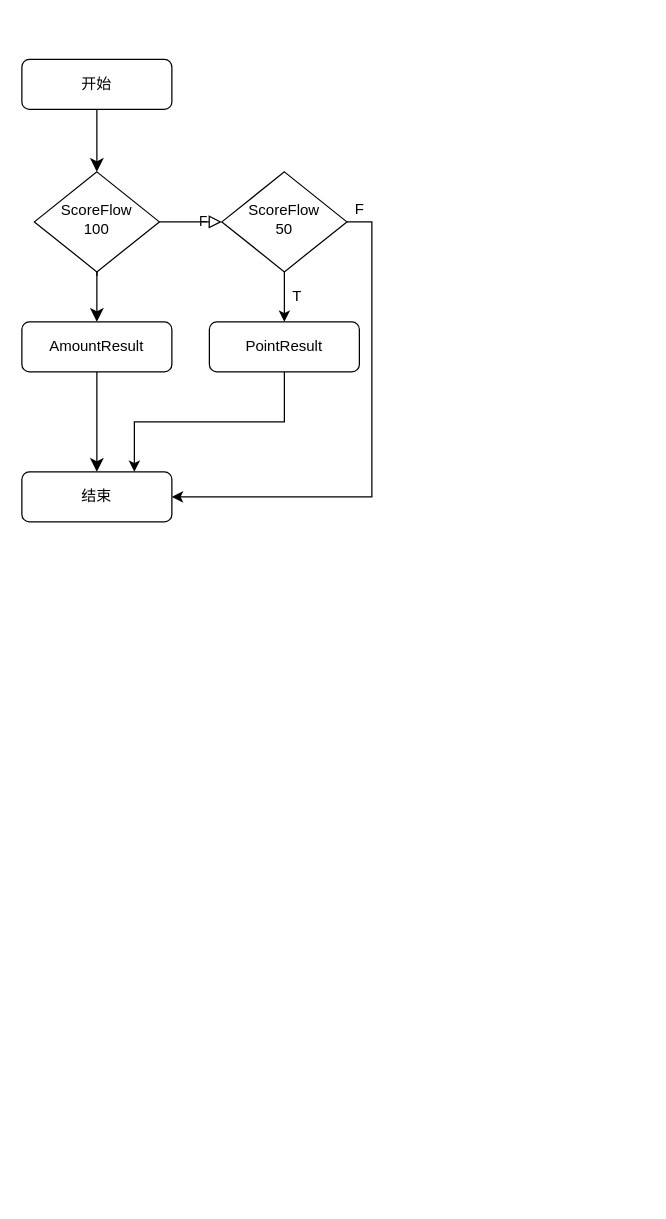
Earlier version of the draw.io diagram Untitled Diagram.drawio (2015java/baikal). Source tidied: cells renumbered, new cells numbered last; positions are measured from the earlier drawing's top-left corner, leaving out a move shared by most shapes. Both pictures are drawn from the tidied source at 125%, with x=0, y=0 at pixel (21, 59).
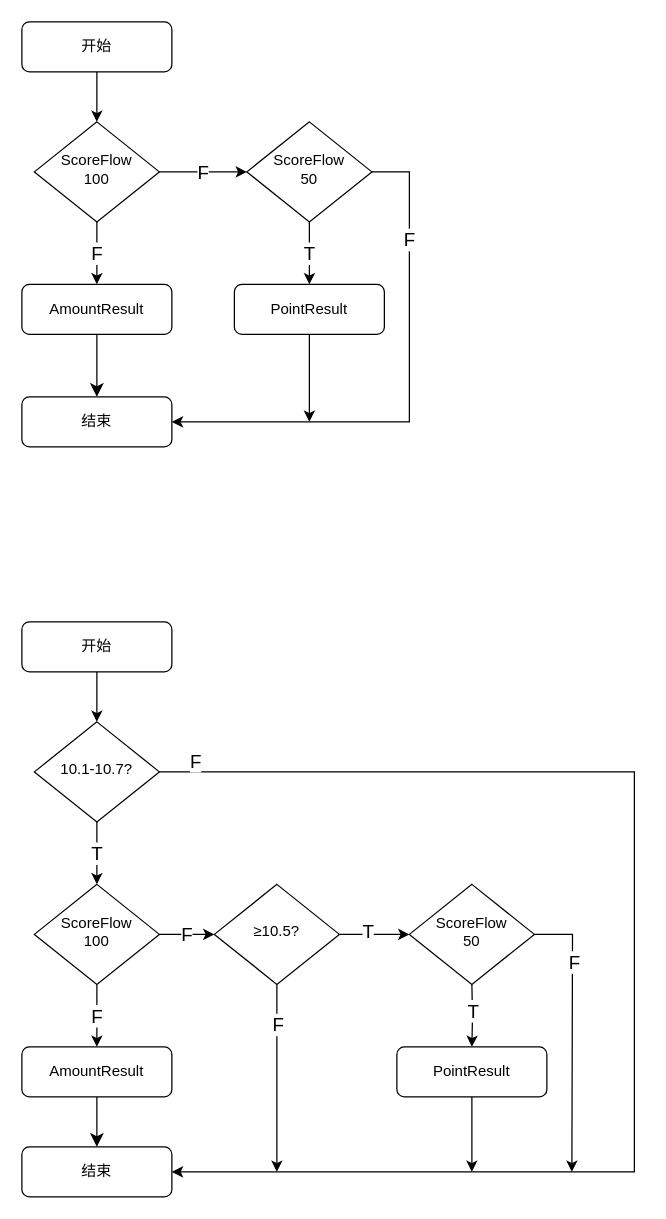
Above is the later version.

What changed in the source:
```diff
@@
-    <mxCell id="2" style="rounded=0;html=1;jettySize=auto;fontSize=11;endArrow=classic;endFill=1;endSize=8;strokeWidth=1;shadow=0;labelBackgroundColor=none;edgeStyle=orthogonalEdgeStyle;" parent="1" edge="1" source="3" target="6">
-      <mxGeometry relative="1" as="geometry" />
-    </mxCell>
-    <mxCell id="3" value="开始" style="rounded=1;whiteSpace=wrap;html=1;fontSize=12;glass=0;strokeWidth=1;shadow=0;" parent="1" vertex="1">
-      <mxGeometry width="120" height="40" as="geometry" />
-    </mxCell>
-    <mxCell id="4" value="T" style="rounded=0;html=1;jettySize=auto;fontSize=11;endArrow=classic;endFill=1;endSize=8;strokeWidth=1;shadow=0;labelBackgroundColor=none;edgeStyle=orthogonalEdgeStyle;" parent="1" edge="1" source="6">
-      <mxGeometry y="20" relative="1" as="geometry">
-        <mxPoint x="60" y="210" as="targetPoint" />
-      </mxGeometry>
-    </mxCell>
-    <mxCell id="5" value="F" style="edgeStyle=orthogonalEdgeStyle;rounded=0;html=1;jettySize=auto;fontSize=11;endArrow=block;endFill=0;endSize=8;strokeWidth=1;shadow=0;labelBackgroundColor=none;" parent="1" edge="1" source="6">
-      <mxGeometry y="10" relative="1" as="geometry">
-        <mxPoint x="160" y="130" as="targetPoint" />
-      </mxGeometry>
-    </mxCell>
-    <mxCell id="6" value="ScoreFlow&lt;br&gt;100" style="rhombus;whiteSpace=wrap;html=1;shadow=0;fontFamily=Helvetica;fontSize=12;align=center;strokeWidth=1;spacing=6;spacingTop=-4;" parent="1" vertex="1">
-      <mxGeometry x="10" y="90" width="100" height="80" as="geometry" />
-    </mxCell>
-    <mxCell id="7" style="rounded=0;html=1;jettySize=auto;fontSize=11;endArrow=classic;endFill=1;endSize=8;strokeWidth=1;shadow=0;labelBackgroundColor=none;edgeStyle=orthogonalEdgeStyle;exitX=0.5;exitY=1;exitDx=0;exitDy=0;" parent="1" edge="1" source="9" target="8">
-      <mxGeometry x="0.33" y="20" relative="1" as="geometry" />
-    </mxCell>
-    <mxCell id="8" value="结束" style="rounded=1;whiteSpace=wrap;html=1;fontSize=12;glass=0;strokeWidth=1;shadow=0;" parent="1" vertex="1">
-      <mxGeometry y="330" width="120" height="40" as="geometry" />
-    </mxCell>
-    <mxCell id="9" value="AmountResult" style="rounded=1;whiteSpace=wrap;html=1;fontSize=12;glass=0;strokeWidth=1;shadow=0;" parent="1" vertex="1">
-      <mxGeometry y="210" width="120" height="40" as="geometry" />
-    </mxCell>
-    <mxCell id="10" style="edgeStyle=orthogonalEdgeStyle;rounded=0;jettySize=auto;html=1;" parent="1" edge="1" source="12" target="14">
-      <mxGeometry relative="1" as="geometry" />
-    </mxCell>
-    <mxCell id="11" style="edgeStyle=orthogonalEdgeStyle;rounded=0;jettySize=auto;html=1;exitX=1;exitY=0.5;exitDx=0;exitDy=0;entryX=1;entryY=0.5;entryDx=0;entryDy=0;" parent="1" edge="1" source="12" target="8">
-      <mxGeometry relative="1" as="geometry" />
-    </mxCell>
-    <mxCell id="12" value="ScoreFlow&lt;br&gt;50" style="rhombus;whiteSpace=wrap;html=1;shadow=0;fontFamily=Helvetica;fontSize=12;align=center;strokeWidth=1;spacing=6;spacingTop=-4;" parent="1" vertex="1">
-      <mxGeometry x="160" y="90" width="100" height="80" as="geometry" />
-    </mxCell>
-    <mxCell id="13" style="edgeStyle=orthogonalEdgeStyle;rounded=0;jettySize=auto;html=1;exitX=0.5;exitY=1;exitDx=0;exitDy=0;entryX=0.75;entryY=0;entryDx=0;entryDy=0;" parent="1" edge="1" source="14" target="8">
-      <mxGeometry relative="1" as="geometry" />
-    </mxCell>
-    <mxCell id="14" value="PointResult" style="rounded=1;whiteSpace=wrap;html=1;fontSize=12;glass=0;strokeWidth=1;shadow=0;" parent="1" vertex="1">
-      <mxGeometry x="150" y="210" width="120" height="40" as="geometry" />
-    </mxCell>
-    <mxCell id="15" value="T" style="text;html=1;align=center;verticalAlign=middle;" parent="1" vertex="1">
-      <mxGeometry x="210" y="180" width="20" height="20" as="geometry" />
-    </mxCell>
-    <mxCell id="16" value="F" style="text;html=1;align=center;verticalAlign=middle;" parent="1" vertex="1">
-      <mxGeometry x="260" y="110" width="20" height="20" as="geometry" />
-    </mxCell>
+    <mxCell id="17" style="edgeStyle=orthogonalEdgeStyle;rounded=0;jettySize=auto;html=1;endArrow=classic;endFill=1;strokeColor=#000000;" parent="1" edge="1" source="18" target="33">
+      <mxGeometry relative="1" as="geometry" />
+    </mxCell>
+    <mxCell id="18" value="开始" style="rounded=1;whiteSpace=wrap;html=1;fontSize=12;glass=0;strokeWidth=1;shadow=0;" parent="1" vertex="1">
+      <mxGeometry y="450" width="120" height="40" as="geometry" />
+    </mxCell>
+    <mxCell id="19" value="F" style="edgeStyle=orthogonalEdgeStyle;rounded=0;jettySize=auto;html=1;endArrow=classic;endFill=1;strokeColor=#000000;spacing=3;fontSize=15;" parent="1" edge="1" source="22" target="25">
+      <mxGeometry relative="1" as="geometry" />
+    </mxCell>
+    <mxCell id="20" style="edgeStyle=orthogonalEdgeStyle;rounded=0;jumpSize=10;jettySize=auto;html=1;endArrow=classic;endFill=1;strokeColor=#000000;fontSize=15;fontColor=#000000;" parent="1" edge="1" source="22" target="56">
+      <mxGeometry relative="1" as="geometry" />
+    </mxCell>
+    <mxCell id="21" value="F" style="edgeLabel;html=1;align=center;verticalAlign=middle;fontSize=15;fontColor=#000000;" parent="20" vertex="1">
+      <mxGeometry x="-0.05" y="1" relative="1" as="geometry" />
+    </mxCell>
+    <mxCell id="22" value="ScoreFlow&lt;br&gt;100" style="rhombus;whiteSpace=wrap;html=1;shadow=0;fontFamily=Helvetica;fontSize=12;align=center;strokeWidth=1;spacing=6;spacingTop=-4;" parent="1" vertex="1">
+      <mxGeometry x="10" y="660" width="100" height="80" as="geometry" />
+    </mxCell>
+    <mxCell id="23" style="rounded=0;html=1;jettySize=auto;fontSize=11;endArrow=classic;endFill=1;endSize=8;strokeWidth=1;shadow=0;labelBackgroundColor=none;edgeStyle=orthogonalEdgeStyle;exitX=0.5;exitY=1;exitDx=0;exitDy=0;" parent="1" edge="1" source="25" target="24">
+      <mxGeometry x="0.33" y="20" relative="1" as="geometry" />
+    </mxCell>
+    <mxCell id="24" value="结束" style="rounded=1;whiteSpace=wrap;html=1;fontSize=12;glass=0;strokeWidth=1;shadow=0;" parent="1" vertex="1">
+      <mxGeometry y="870" width="120" height="40" as="geometry" />
+    </mxCell>
+    <mxCell id="25" value="AmountResult" style="rounded=1;whiteSpace=wrap;html=1;fontSize=12;glass=0;strokeWidth=1;shadow=0;" parent="1" vertex="1">
+      <mxGeometry y="790" width="120" height="40" as="geometry" />
+    </mxCell>
+    <mxCell id="26" style="edgeStyle=orthogonalEdgeStyle;rounded=0;jettySize=auto;html=1;spacing=3;fontSize=15;" parent="1" edge="1" target="29">
+      <mxGeometry relative="1" as="geometry">
+        <mxPoint x="360" y="740" as="sourcePoint" />
+      </mxGeometry>
+    </mxCell>
+    <mxCell id="27" value="T" style="edgeLabel;html=1;align=center;verticalAlign=middle;fontSize=15;" parent="26" vertex="1">
+      <mxGeometry x="-0.16" relative="1" as="geometry" />
+    </mxCell>
+    <mxCell id="28" style="edgeStyle=orthogonalEdgeStyle;rounded=0;jumpSize=10;jettySize=auto;html=1;endArrow=classic;endFill=1;strokeColor=#000000;fontSize=15;fontColor=#000000;" parent="1" edge="1" source="29">
+      <mxGeometry relative="1" as="geometry">
+        <mxPoint x="360" y="890" as="targetPoint" />
+      </mxGeometry>
+    </mxCell>
+    <mxCell id="29" value="PointResult" style="rounded=1;whiteSpace=wrap;html=1;fontSize=12;glass=0;strokeWidth=1;shadow=0;" parent="1" vertex="1">
+      <mxGeometry x="300" y="790" width="120" height="40" as="geometry" />
+    </mxCell>
+    <mxCell id="30" value="T" style="edgeStyle=orthogonalEdgeStyle;rounded=0;jettySize=auto;html=1;endArrow=classic;endFill=1;strokeColor=#000000;spacing=3;fontSize=15;" parent="1" edge="1" source="33" target="22">
+      <mxGeometry relative="1" as="geometry" />
+    </mxCell>
+    <mxCell id="31" style="edgeStyle=orthogonalEdgeStyle;rounded=0;jumpSize=10;jettySize=auto;html=1;exitX=1;exitY=0.5;exitDx=0;exitDy=0;entryX=1;entryY=0.5;entryDx=0;entryDy=0;endArrow=classic;endFill=1;strokeColor=#000000;fontSize=15;fontColor=#99004D;" parent="1" edge="1" source="33" target="24">
+      <mxGeometry relative="1" as="geometry">
+        <Array as="points">
+          <mxPoint x="490" y="570" />
+          <mxPoint x="490" y="890" />
+        </Array>
+      </mxGeometry>
+    </mxCell>
+    <mxCell id="32" value="F" style="edgeLabel;html=1;align=center;verticalAlign=middle;fontSize=15;fontColor=#000000;" parent="31" vertex="1">
+      <mxGeometry x="-0.63" y="-1" relative="1" as="geometry">
+        <mxPoint x="-170" y="-11" as="offset" />
+      </mxGeometry>
+    </mxCell>
+    <mxCell id="33" value="10.1-10.7?" style="rhombus;whiteSpace=wrap;html=1;shadow=0;fontFamily=Helvetica;fontSize=12;align=center;strokeWidth=1;spacing=6;spacingTop=-4;" parent="1" vertex="1">
+      <mxGeometry x="10" y="530" width="100" height="80" as="geometry" />
+    </mxCell>
+    <mxCell id="34" style="edgeStyle=orthogonalEdgeStyle;rounded=0;jettySize=auto;html=1;endArrow=classic;endFill=1;strokeColor=#000000;" parent="1" edge="1" source="35" target="38">
+      <mxGeometry relative="1" as="geometry" />
+    </mxCell>
+    <mxCell id="35" value="开始" style="rounded=1;whiteSpace=wrap;html=1;fontSize=12;glass=0;strokeWidth=1;shadow=0;" parent="1" vertex="1">
+      <mxGeometry y="-30" width="120" height="40" as="geometry" />
+    </mxCell>
+    <mxCell id="36" value="F" style="edgeStyle=orthogonalEdgeStyle;rounded=0;jettySize=auto;html=1;endArrow=classic;endFill=1;strokeColor=#000000;spacing=3;fontSize=15;" parent="1" edge="1" source="38" target="45">
+      <mxGeometry relative="1" as="geometry" />
+    </mxCell>
+    <mxCell id="37" value="F" style="edgeStyle=orthogonalEdgeStyle;rounded=0;jettySize=auto;html=1;endArrow=classic;endFill=1;strokeColor=#000000;spacing=3;fontSize=15;" parent="1" edge="1" source="38" target="41">
+      <mxGeometry relative="1" as="geometry" />
+    </mxCell>
+    <mxCell id="38" value="ScoreFlow&lt;br&gt;100" style="rhombus;whiteSpace=wrap;html=1;shadow=0;fontFamily=Helvetica;fontSize=12;align=center;strokeWidth=1;spacing=6;spacingTop=-4;" parent="1" vertex="1">
+      <mxGeometry x="10" y="50" width="100" height="80" as="geometry" />
+    </mxCell>
+    <mxCell id="39" style="rounded=0;html=1;jettySize=auto;fontSize=11;endArrow=classic;endFill=1;endSize=8;strokeWidth=1;shadow=0;labelBackgroundColor=none;edgeStyle=orthogonalEdgeStyle;exitX=0.5;exitY=1;exitDx=0;exitDy=0;" parent="1" edge="1" source="41" target="40">
+      <mxGeometry x="0.33" y="20" relative="1" as="geometry" />
+    </mxCell>
+    <mxCell id="40" value="结束" style="rounded=1;whiteSpace=wrap;html=1;fontSize=12;glass=0;strokeWidth=1;shadow=0;" parent="1" vertex="1">
+      <mxGeometry y="270" width="120" height="40" as="geometry" />
+    </mxCell>
+    <mxCell id="41" value="AmountResult" style="rounded=1;whiteSpace=wrap;html=1;fontSize=12;glass=0;strokeWidth=1;shadow=0;" parent="1" vertex="1">
+      <mxGeometry y="180" width="120" height="40" as="geometry" />
+    </mxCell>
+    <mxCell id="42" value="T" style="edgeStyle=orthogonalEdgeStyle;rounded=0;jettySize=auto;html=1;spacing=3;fontSize=15;" parent="1" edge="1" source="45" target="47">
+      <mxGeometry relative="1" as="geometry" />
+    </mxCell>
+    <mxCell id="43" style="edgeStyle=orthogonalEdgeStyle;rounded=0;jettySize=auto;html=1;exitX=1;exitY=0.5;exitDx=0;exitDy=0;entryX=1;entryY=0.5;entryDx=0;entryDy=0;spacing=3;fontSize=12;" parent="1" edge="1" source="45" target="40">
+      <mxGeometry relative="1" as="geometry">
+        <Array as="points">
+          <mxPoint x="310" y="90" />
+          <mxPoint x="310" y="290" />
+        </Array>
+      </mxGeometry>
+    </mxCell>
+    <mxCell id="44" value="F" style="edgeLabel;html=1;align=center;verticalAlign=middle;fontSize=15;fontColor=#000000;" parent="43" vertex="1">
+      <mxGeometry x="-0.63" y="3" relative="1" as="geometry">
+        <mxPoint x="-3.1" y="5.9" as="offset" />
+      </mxGeometry>
+    </mxCell>
+    <mxCell id="45" value="ScoreFlow&lt;br&gt;50" style="rhombus;whiteSpace=wrap;html=1;shadow=0;fontFamily=Helvetica;fontSize=12;align=center;strokeWidth=1;spacing=6;spacingTop=-4;" parent="1" vertex="1">
+      <mxGeometry x="180" y="50" width="100" height="80" as="geometry" />
+    </mxCell>
+    <mxCell id="46" style="edgeStyle=orthogonalEdgeStyle;rounded=0;jumpSize=10;jettySize=auto;html=1;endArrow=classic;endFill=1;strokeColor=#000000;fontSize=15;fontColor=#000000;" parent="1" edge="1" source="47">
+      <mxGeometry relative="1" as="geometry">
+        <mxPoint x="230" y="290" as="targetPoint" />
+      </mxGeometry>
+    </mxCell>
+    <mxCell id="47" value="PointResult" style="rounded=1;whiteSpace=wrap;html=1;fontSize=12;glass=0;strokeWidth=1;shadow=0;" parent="1" vertex="1">
+      <mxGeometry x="170" y="180" width="120" height="40" as="geometry" />
+    </mxCell>
+    <mxCell id="48" style="edgeStyle=orthogonalEdgeStyle;rounded=0;jumpSize=10;jettySize=auto;html=1;endArrow=classic;endFill=1;strokeColor=#000000;fontSize=15;fontColor=#000000;" parent="1" edge="1" source="50">
+      <mxGeometry relative="1" as="geometry">
+        <mxPoint x="440" y="890" as="targetPoint" />
+      </mxGeometry>
+    </mxCell>
+    <mxCell id="49" value="F" style="edgeLabel;html=1;align=center;verticalAlign=middle;fontSize=15;fontColor=#000000;" parent="48" vertex="1">
+      <mxGeometry x="-0.53" y="1" relative="1" as="geometry" />
+    </mxCell>
+    <mxCell id="50" value="ScoreFlow&lt;br&gt;50" style="rhombus;whiteSpace=wrap;html=1;shadow=0;fontFamily=Helvetica;fontSize=12;align=center;strokeWidth=1;spacing=6;spacingTop=-4;" parent="1" vertex="1">
+      <mxGeometry x="310" y="660" width="100" height="80" as="geometry" />
+    </mxCell>
+    <mxCell id="51" style="edgeStyle=orthogonalEdgeStyle;rounded=0;jettySize=auto;html=1;exitX=1;exitY=0.5;exitDx=0;exitDy=0;entryX=1;entryY=0.5;entryDx=0;entryDy=0;fontSize=12;" parent="1" edge="1" target="50">
+      <mxGeometry relative="1" as="geometry">
+        <mxPoint x="410" y="700" as="sourcePoint" />
+      </mxGeometry>
+    </mxCell>
+    <mxCell id="52" style="edgeStyle=orthogonalEdgeStyle;rounded=0;jumpSize=10;jettySize=auto;html=1;endArrow=classic;endFill=1;strokeColor=#000000;fontSize=15;fontColor=#000000;" parent="1" edge="1" source="56" target="50">
+      <mxGeometry relative="1" as="geometry" />
+    </mxCell>
+    <mxCell id="53" value="T" style="edgeLabel;html=1;align=center;verticalAlign=middle;fontSize=15;fontColor=#000000;" parent="52" vertex="1">
+      <mxGeometry x="-0.23" y="4" relative="1" as="geometry" />
+    </mxCell>
+    <mxCell id="54" style="edgeStyle=orthogonalEdgeStyle;rounded=0;jumpSize=10;jettySize=auto;html=1;endArrow=classic;endFill=1;strokeColor=#000000;fontSize=15;fontColor=#000000;" parent="1" edge="1" source="56">
+      <mxGeometry relative="1" as="geometry">
+        <mxPoint x="204" y="890" as="targetPoint" />
+      </mxGeometry>
+    </mxCell>
+    <mxCell id="55" value="F" style="edgeLabel;html=1;align=center;verticalAlign=middle;fontSize=15;fontColor=#000000;" parent="54" vertex="1">
+      <mxGeometry x="-0.3" relative="1" as="geometry">
+        <mxPoint y="-21.8" as="offset" />
+      </mxGeometry>
+    </mxCell>
+    <mxCell id="56" value="≥10.5?" style="rhombus;whiteSpace=wrap;html=1;shadow=0;fontFamily=Helvetica;fontSize=12;align=center;strokeWidth=1;spacing=6;spacingTop=-4;" parent="1" vertex="1">
+      <mxGeometry x="154" y="660" width="100" height="80" as="geometry" />
+    </mxCell>
```
